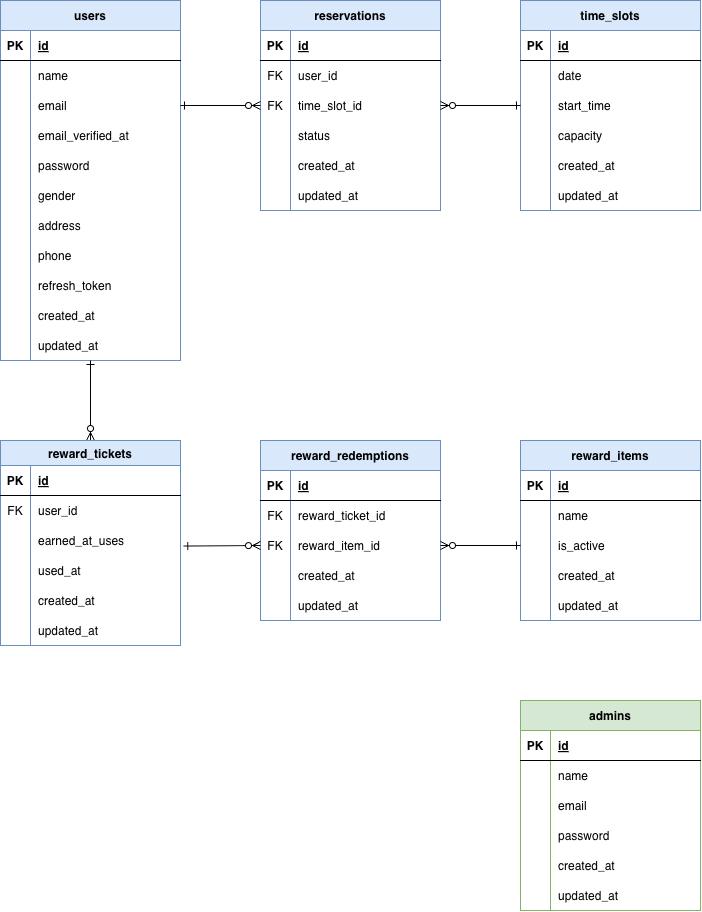
The draw.io diagram images/er-diagram.png in hirata784/laravel-swimming-reservation-app, before a commit. Source tidied: cells renumbered, new cells last; positions are measured from the earlier drawing's top-left corner, leaving out a move shared by most shapes.
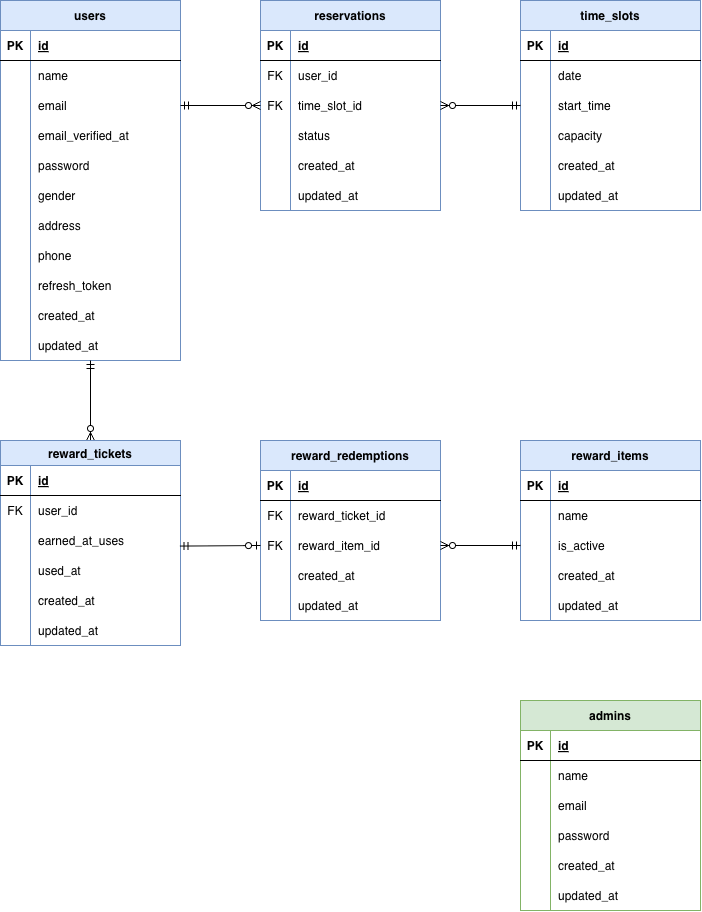
After the change.

Commit message:
docs：ER図のリレーション（カーディナリティ）表記を修正

reward_tickets と reward_redemptions の関係を1対1（0または1）に変更

親テーブル側（1側）の多重度表記を二本線（||）に統一

Diff of the diagram source:
```diff
@@ -218,10 +218,10 @@
     <mxCell id="73" value="updated_at" style="shape=partialRectangle;fillColor=none;top=0;left=0;bottom=0;right=0;align=left;spacingLeft=6;overflow=hidden;" parent="71" vertex="1">
       <mxGeometry x="30" width="150" height="30" as="geometry" />
     </mxCell>
-    <mxCell id="74" style="edgeStyle=none;html=1;exitX=1;exitY=0.5;exitDx=0;exitDy=0;entryX=0;entryY=0.5;entryDx=0;entryDy=0;endArrow=ERzeroToMany;endFill=0;startArrow=ERone;startFill=0;" parent="1" edge="1" source="9" target="62">
+    <mxCell id="74" style="edgeStyle=none;html=1;exitX=1;exitY=0.5;exitDx=0;exitDy=0;entryX=0;entryY=0.5;entryDx=0;entryDy=0;endArrow=ERzeroToMany;endFill=0;startArrow=ERmandOne;startFill=0;" parent="1" edge="1" source="9" target="62">
       <mxGeometry relative="1" as="geometry" />
     </mxCell>
-    <mxCell id="75" style="edgeStyle=none;html=1;exitX=0;exitY=0.5;exitDx=0;exitDy=0;entryX=1;entryY=0.5;entryDx=0;entryDy=0;endArrow=ERzeroToMany;endFill=0;startArrow=ERone;startFill=0;" parent="1" edge="1" source="43" target="62">
+    <mxCell id="75" style="edgeStyle=none;html=1;exitX=0;exitY=0.5;exitDx=0;exitDy=0;entryX=1;entryY=0.5;entryDx=0;entryDy=0;endArrow=ERzeroToMany;endFill=0;startArrow=ERmandOne;startFill=0;" parent="1" edge="1" source="43" target="62">
       <mxGeometry relative="1" as="geometry" />
     </mxCell>
     <mxCell id="76" value="admins" style="shape=table;startSize=30;rowLines=0;fontStyle=1;align=center;fillColor=#d5e8d4;strokeColor=#82b366;" parent="1" vertex="1">
@@ -329,7 +329,7 @@
     <mxCell id="110" value="updated_at" style="shape=partialRectangle;fillColor=none;top=0;left=0;bottom=0;right=0;align=left;spacingLeft=6;overflow=hidden;" parent="108" vertex="1">
       <mxGeometry x="30" width="150" height="30" as="geometry" />
     </mxCell>
-    <mxCell id="111" style="edgeStyle=none;html=1;endArrow=ERone;endFill=0;startArrow=ERzeroToMany;startFill=0;" parent="1" edge="1" source="112" target="33">
+    <mxCell id="111" style="edgeStyle=none;html=1;endArrow=ERmandOne;endFill=0;startArrow=ERzeroToMany;startFill=0;" parent="1" edge="1" source="112" target="33">
       <mxGeometry relative="1" as="geometry" />
     </mxCell>
     <mxCell id="112" value="reward_tickets" style="shape=table;startSize=25;rowLines=0;fontStyle=1;align=center;fillColor=#dae8fc;strokeColor=#6c8ebf;" parent="1" vertex="1">
@@ -437,10 +437,10 @@
     <mxCell id="146" value="updated_at" style="shape=partialRectangle;fillColor=none;top=0;left=0;bottom=0;right=0;align=left;spacingLeft=6;overflow=hidden;" parent="144" vertex="1">
       <mxGeometry x="30" width="150" height="30" as="geometry" />
     </mxCell>
-    <mxCell id="147" style="edgeStyle=none;html=1;entryX=1;entryY=0.5;entryDx=0;entryDy=0;endArrow=ERzeroToMany;endFill=0;startArrow=ERone;startFill=0;exitX=0;exitY=0.5;exitDx=0;exitDy=0;" parent="1" edge="1" source="138" target="102">
+    <mxCell id="147" style="edgeStyle=none;html=1;entryX=1;entryY=0.5;entryDx=0;entryDy=0;endArrow=ERzeroToMany;endFill=0;startArrow=ERmandOne;startFill=0;exitX=0;exitY=0.5;exitDx=0;exitDy=0;" parent="1" edge="1" source="138" target="102">
       <mxGeometry relative="1" as="geometry" />
     </mxCell>
-    <mxCell id="148" style="edgeStyle=none;html=1;exitX=1.018;exitY=0.685;exitDx=0;exitDy=0;entryX=0;entryY=0.5;entryDx=0;entryDy=0;endArrow=ERzeroToMany;endFill=0;startArrow=ERone;startFill=0;exitPerimeter=0;" parent="1" edge="1" source="119" target="102">
+    <mxCell id="148" style="edgeStyle=none;html=1;exitX=0.997;exitY=0.686;exitDx=0;exitDy=0;entryX=0;entryY=0.5;entryDx=0;entryDy=0;endArrow=ERzeroToOne;endFill=0;startArrow=ERmandOne;startFill=0;exitPerimeter=0;" parent="1" edge="1" source="119" target="102">
       <mxGeometry relative="1" as="geometry" />
     </mxCell>
   </root>
```
